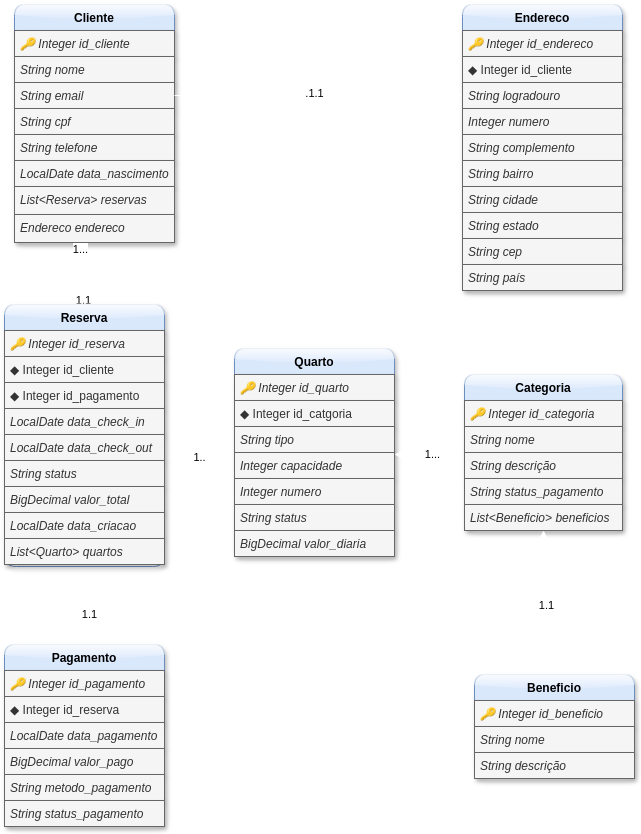
Earlier version of the draw.io export diagramaDeClasses.png (ana-ingrid/HospedagemAPI). Source tidied: cells renumbered, new cells last; positions are measured from the earlier drawing's top-left corner, leaving out a move shared by most shapes.
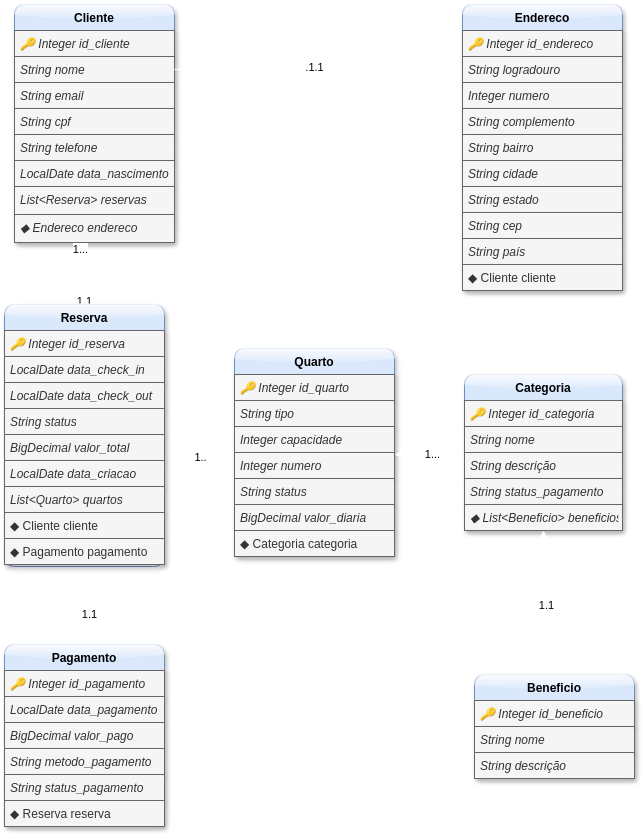
The same file after the commit.

Commit message:
Implementa relacionamento um para um entre Cliente e Endereco

Change to the diagram source:
```diff
@@ -26,7 +26,7 @@
     <mxCell id="9" value="List&lt;Reserva&gt; reservas" style="text;align=left;verticalAlign=top;spacingLeft=4;spacingRight=4;overflow=hidden;fontStyle=2;fillColor=#f5f5f5;fontColor=#333333;strokeColor=#666666;rounded=0;glass=0;shadow=1;" parent="2" vertex="1">
       <mxGeometry y="182" width="160" height="28" as="geometry" />
     </mxCell>
-    <mxCell id="10" value="Endereco endereco" style="text;align=left;verticalAlign=top;spacingLeft=4;spacingRight=4;overflow=hidden;fontStyle=2;fillColor=#f5f5f5;fontColor=#333333;strokeColor=#666666;rounded=0;glass=0;shadow=1;" parent="2" vertex="1">
+    <mxCell id="10" value="◆ Endereco endereco" style="text;align=left;verticalAlign=top;spacingLeft=4;spacingRight=4;overflow=hidden;fontStyle=2;fillColor=#f5f5f5;fontColor=#333333;strokeColor=#666666;rounded=0;glass=0;shadow=1;" parent="2" vertex="1">
       <mxGeometry y="210" width="160" height="28" as="geometry" />
     </mxCell>
     <mxCell id="11" style="edgeStyle=orthogonalEdgeStyle;rounded=0;jettySize=auto;html=1;entryX=0.5;entryY=1;entryDx=0;entryDy=0;strokeColor=light-dark(#FFFFFF,#FFFFFF);" parent="1" edge="1" source="13" target="44">
@@ -41,21 +41,21 @@
     <mxCell id="14" value="🔑 Integer id_pagamento" style="text;align=left;verticalAlign=top;spacingLeft=4;spacingRight=4;overflow=hidden;fillColor=#f5f5f5;fontColor=#333333;strokeColor=#666666;shadow=1;fontStyle=2;" parent="13" vertex="1">
       <mxGeometry y="26" width="160" height="26" as="geometry" />
     </mxCell>
-    <mxCell id="15" value="◆ Integer id_reserva" style="text;align=left;verticalAlign=top;spacingLeft=4;spacingRight=4;overflow=hidden;rounded=0;shadow=1;html=0;fillColor=#f5f5f5;fontColor=#333333;strokeColor=#666666;fontStyle=0;" parent="13" vertex="1">
-      <mxGeometry y="52" width="160" height="26" as="geometry" />
-    </mxCell>
     <mxCell id="16" value="LocalDate data_pagamento" style="text;align=left;verticalAlign=top;spacingLeft=4;spacingRight=4;overflow=hidden;rounded=0;shadow=1;html=0;fillColor=#f5f5f5;fontColor=#333333;strokeColor=#666666;fontStyle=2;" parent="13" vertex="1">
-      <mxGeometry y="78" width="160" height="26" as="geometry" />
+      <mxGeometry y="52" width="160" height="26" as="geometry" />
     </mxCell>
     <mxCell id="17" value="BigDecimal valor_pago" style="text;align=left;verticalAlign=top;spacingLeft=4;spacingRight=4;overflow=hidden;rounded=0;shadow=1;html=0;fillColor=#f5f5f5;fontColor=#333333;strokeColor=#666666;fontStyle=2;" parent="13" vertex="1">
-      <mxGeometry y="104" width="160" height="26" as="geometry" />
+      <mxGeometry y="78" width="160" height="26" as="geometry" />
     </mxCell>
     <mxCell id="18" value="String metodo_pagamento" style="text;align=left;verticalAlign=top;spacingLeft=4;spacingRight=4;overflow=hidden;rounded=0;shadow=1;html=0;fillColor=#f5f5f5;fontColor=#333333;strokeColor=#666666;fontStyle=2;" parent="13" vertex="1">
-      <mxGeometry y="130" width="160" height="26" as="geometry" />
+      <mxGeometry y="104" width="160" height="26" as="geometry" />
     </mxCell>
     <mxCell id="19" value="String status_pagamento" style="text;align=left;verticalAlign=top;spacingLeft=4;spacingRight=4;overflow=hidden;rounded=0;shadow=1;html=0;fillColor=#f5f5f5;fontColor=#333333;strokeColor=#666666;fontStyle=2;" parent="13" vertex="1">
-      <mxGeometry y="156" width="160" height="26" as="geometry" />
+      <mxGeometry y="130" width="160" height="26" as="geometry" />
     </mxCell>
+    <mxCell id="15" value="◆ Reserva reserva" style="text;align=left;verticalAlign=top;spacingLeft=4;spacingRight=4;overflow=hidden;rounded=0;shadow=1;html=0;fillColor=#f5f5f5;fontColor=#333333;strokeColor=#666666;fontStyle=0;" parent="13" vertex="1">
+      <mxGeometry y="156" width="160" height="26" as="geometry" />
+    </mxCell>
     <mxCell id="20" style="edgeStyle=orthogonalEdgeStyle;rounded=0;jettySize=auto;html=1;exitX=0;exitY=0.5;exitDx=0;exitDy=0;strokeColor=light-dark(#FFFFFF,#FFFFFF);" parent="1" edge="1" source="22">
       <mxGeometry relative="1" as="geometry">
         <mxPoint x="160" y="448" as="targetPoint" />
@@ -70,57 +70,57 @@
     <mxCell id="23" value="🔑 Integer id_quarto" style="text;align=left;verticalAlign=top;spacingLeft=4;spacingRight=4;overflow=hidden;fillColor=#f5f5f5;fontColor=#333333;strokeColor=#666666;shadow=1;fontStyle=2;" parent="22" vertex="1">
       <mxGeometry y="26" width="160" height="26" as="geometry" />
     </mxCell>
-    <mxCell id="24" value="◆ Integer id_catgoria" style="text;align=left;verticalAlign=top;spacingLeft=4;spacingRight=4;overflow=hidden;fillColor=#f5f5f5;fontColor=#333333;strokeColor=#666666;shadow=1;fontStyle=0;" parent="22" vertex="1">
-      <mxGeometry y="52" width="160" height="26" as="geometry" />
-    </mxCell>
     <mxCell id="25" value="String tipo" style="text;align=left;verticalAlign=top;spacingLeft=4;spacingRight=4;overflow=hidden;fillColor=#f5f5f5;fontColor=#333333;strokeColor=#666666;shadow=1;fontStyle=2;" parent="22" vertex="1">
-      <mxGeometry y="78" width="160" height="26" as="geometry" />
+      <mxGeometry y="52" width="160" height="26" as="geometry" />
     </mxCell>
     <mxCell id="26" value="Integer capacidade" style="text;align=left;verticalAlign=top;spacingLeft=4;spacingRight=4;overflow=hidden;fillColor=#f5f5f5;fontColor=#333333;strokeColor=#666666;shadow=1;fontStyle=2;" parent="22" vertex="1">
-      <mxGeometry y="104" width="160" height="26" as="geometry" />
+      <mxGeometry y="78" width="160" height="26" as="geometry" />
     </mxCell>
     <mxCell id="27" value="Integer numero" style="text;align=left;verticalAlign=top;spacingLeft=4;spacingRight=4;overflow=hidden;fillColor=#f5f5f5;fontColor=#333333;strokeColor=#666666;shadow=1;fontStyle=2;" parent="22" vertex="1">
-      <mxGeometry y="130" width="160" height="26" as="geometry" />
+      <mxGeometry y="104" width="160" height="26" as="geometry" />
     </mxCell>
     <mxCell id="28" value="String status" style="text;align=left;verticalAlign=top;spacingLeft=4;spacingRight=4;overflow=hidden;fillColor=#f5f5f5;fontColor=#333333;strokeColor=#666666;shadow=1;fontStyle=2;" parent="22" vertex="1">
-      <mxGeometry y="156" width="160" height="26" as="geometry" />
+      <mxGeometry y="130" width="160" height="26" as="geometry" />
     </mxCell>
     <mxCell id="29" value="BigDecimal valor_diaria" style="text;align=left;verticalAlign=top;spacingLeft=4;spacingRight=4;overflow=hidden;fillColor=#f5f5f5;fontColor=#333333;strokeColor=#666666;shadow=1;fontStyle=2;" parent="22" vertex="1">
-      <mxGeometry y="182" width="160" height="26" as="geometry" />
+      <mxGeometry y="156" width="160" height="26" as="geometry" />
     </mxCell>
+    <mxCell id="24" value="◆ Categoria categoria" style="text;align=left;verticalAlign=top;spacingLeft=4;spacingRight=4;overflow=hidden;fillColor=#f5f5f5;fontColor=#333333;strokeColor=#666666;shadow=1;fontStyle=0;" parent="22" vertex="1">
+      <mxGeometry y="182" width="160" height="26" as="geometry" />
+    </mxCell>
     <mxCell id="30" value="Endereco" style="swimlane;fontStyle=1;align=center;verticalAlign=top;horizontal=1;startSize=26;rounded=1;shadow=1;strokeWidth=1;fillColor=#dae8fc;strokeColor=#6c8ebf;glass=1;" parent="1" vertex="1">
       <mxGeometry x="458" width="160" height="286" as="geometry" />
     </mxCell>
     <mxCell id="31" value="🔑 Integer id_endereco" style="text;align=left;verticalAlign=top;spacingLeft=4;spacingRight=4;overflow=hidden;fillColor=#f5f5f5;rounded=0;glass=0;strokeColor=#666666;fontColor=#333333;fontStyle=2;textShadow=0;labelBorderColor=none;labelBackgroundColor=none;shadow=1;" parent="30" vertex="1">
       <mxGeometry y="26" width="160" height="26" as="geometry" />
     </mxCell>
-    <mxCell id="32" value="◆ Integer id_cliente" style="text;align=left;verticalAlign=top;spacingLeft=4;spacingRight=4;overflow=hidden;rounded=0;shadow=1;fillColor=#f5f5f5;glass=0;strokeColor=#666666;fontColor=#333333;fontStyle=0;textShadow=0;labelBorderColor=none;labelBackgroundColor=none;" parent="30" vertex="1">
-      <mxGeometry y="52" width="160" height="26" as="geometry" />
-    </mxCell>
     <mxCell id="33" value="String logradouro" style="text;align=left;verticalAlign=top;spacingLeft=4;spacingRight=4;overflow=hidden;points=[[0,0.5],[1,0.5]];portConstraint=eastwest;rounded=0;shadow=1;fillColor=#f5f5f5;glass=0;strokeColor=#666666;fontColor=#333333;fontStyle=2;textShadow=0;labelBorderColor=none;labelBackgroundColor=none;" parent="30" vertex="1">
-      <mxGeometry y="78" width="160" height="26" as="geometry" />
+      <mxGeometry y="52" width="160" height="26" as="geometry" />
     </mxCell>
     <mxCell id="34" value="Integer numero" style="text;align=left;verticalAlign=top;spacingLeft=4;spacingRight=4;overflow=hidden;rounded=0;shadow=1;fillColor=#f5f5f5;glass=0;strokeColor=#666666;fontColor=#333333;fontStyle=2;textShadow=0;labelBorderColor=none;labelBackgroundColor=none;" parent="30" vertex="1">
-      <mxGeometry y="104" width="160" height="26" as="geometry" />
+      <mxGeometry y="78" width="160" height="26" as="geometry" />
     </mxCell>
     <mxCell id="35" value="String complemento" style="text;align=left;verticalAlign=top;spacingLeft=4;spacingRight=4;overflow=hidden;rounded=0;shadow=1;fillColor=#f5f5f5;glass=0;strokeColor=#666666;fontColor=#333333;fontStyle=2;textShadow=0;labelBorderColor=none;labelBackgroundColor=none;" parent="30" vertex="1">
-      <mxGeometry y="130" width="160" height="26" as="geometry" />
+      <mxGeometry y="104" width="160" height="26" as="geometry" />
     </mxCell>
     <mxCell id="36" value="String bairro" style="text;align=left;verticalAlign=top;spacingLeft=4;spacingRight=4;overflow=hidden;fillColor=#f5f5f5;rounded=0;glass=0;strokeColor=#666666;fontColor=#333333;fontStyle=2;textShadow=0;labelBorderColor=none;labelBackgroundColor=none;shadow=1;" parent="30" vertex="1">
-      <mxGeometry y="156" width="160" height="26" as="geometry" />
+      <mxGeometry y="130" width="160" height="26" as="geometry" />
     </mxCell>
     <mxCell id="37" value="String cidade" style="text;align=left;verticalAlign=top;spacingLeft=4;spacingRight=4;overflow=hidden;fillColor=#f5f5f5;rounded=0;glass=0;strokeColor=#666666;fontColor=#333333;fontStyle=2;textShadow=0;labelBorderColor=none;labelBackgroundColor=none;shadow=1;" parent="30" vertex="1">
-      <mxGeometry y="182" width="160" height="26" as="geometry" />
+      <mxGeometry y="156" width="160" height="26" as="geometry" />
     </mxCell>
     <mxCell id="38" value="String estado" style="text;align=left;verticalAlign=top;spacingLeft=4;spacingRight=4;overflow=hidden;fillColor=#f5f5f5;rounded=0;glass=0;strokeColor=#666666;fontColor=#333333;fontStyle=2;textShadow=0;labelBorderColor=none;labelBackgroundColor=none;shadow=1;" parent="30" vertex="1">
-      <mxGeometry y="208" width="160" height="26" as="geometry" />
+      <mxGeometry y="182" width="160" height="26" as="geometry" />
     </mxCell>
     <mxCell id="39" value="String cep" style="text;align=left;verticalAlign=top;spacingLeft=4;spacingRight=4;overflow=hidden;fillColor=#f5f5f5;rounded=0;glass=0;strokeColor=#666666;fontColor=#333333;fontStyle=2;textShadow=0;labelBorderColor=none;labelBackgroundColor=none;shadow=1;" parent="30" vertex="1">
-      <mxGeometry y="234" width="160" height="26" as="geometry" />
+      <mxGeometry y="208" width="160" height="26" as="geometry" />
     </mxCell>
     <mxCell id="40" value="String país" style="text;align=left;verticalAlign=top;spacingLeft=4;spacingRight=4;overflow=hidden;fillColor=#f5f5f5;rounded=0;glass=0;strokeColor=#666666;fontColor=#333333;fontStyle=2;textShadow=0;labelBorderColor=none;labelBackgroundColor=none;shadow=1;" parent="30" vertex="1">
-      <mxGeometry y="260" width="160" height="26" as="geometry" />
+      <mxGeometry y="234" width="160" height="26" as="geometry" />
     </mxCell>
+    <mxCell id="32" value="◆ Cliente cliente" style="text;align=left;verticalAlign=top;spacingLeft=4;spacingRight=4;overflow=hidden;rounded=0;shadow=1;fillColor=#f5f5f5;glass=0;strokeColor=#666666;fontColor=#333333;fontStyle=0;textShadow=0;labelBorderColor=none;labelBackgroundColor=none;" parent="30" vertex="1">
+      <mxGeometry y="260" width="160" height="26" as="geometry" />
+    </mxCell>
     <mxCell id="41" style="edgeStyle=orthogonalEdgeStyle;rounded=0;jettySize=auto;html=1;strokeColor=light-dark(#FFFFFF,#FFFFFF);" parent="1" edge="1" source="44">
       <mxGeometry relative="1" as="geometry">
         <mxPoint x="80" y="240" as="targetPoint" />
@@ -138,30 +138,30 @@
     <mxCell id="45" value="🔑 Integer id_reserva " style="text;align=left;verticalAlign=top;spacingLeft=4;spacingRight=4;overflow=hidden;rounded=0;fillColor=#f5f5f5;fontColor=#333333;strokeColor=#666666;shadow=1;fontStyle=2;" parent="44" vertex="1">
       <mxGeometry y="26" width="160" height="26" as="geometry" />
     </mxCell>
-    <mxCell id="46" value="◆ Integer id_cliente" style="text;align=left;verticalAlign=top;spacingLeft=4;spacingRight=4;overflow=hidden;rounded=0;shadow=1;html=0;fillColor=#f5f5f5;fontColor=#333333;strokeColor=#666666;fontStyle=0;" parent="44" vertex="1">
-      <mxGeometry y="52" width="160" height="26" as="geometry" />
-    </mxCell>
-    <mxCell id="47" value="◆ Integer id_pagamento" style="text;align=left;verticalAlign=top;spacingLeft=4;spacingRight=4;overflow=hidden;fillColor=#f5f5f5;fontColor=#333333;strokeColor=#666666;shadow=1;fontStyle=0;" parent="44" vertex="1">
-      <mxGeometry y="78" width="160" height="26" as="geometry" />
-    </mxCell>
     <mxCell id="48" value="LocalDate data_check_in" style="text;align=left;verticalAlign=top;spacingLeft=4;spacingRight=4;overflow=hidden;rounded=0;shadow=1;html=0;fillColor=#f5f5f5;fontColor=#333333;strokeColor=#666666;fontStyle=2;" parent="44" vertex="1">
-      <mxGeometry y="104" width="160" height="26" as="geometry" />
+      <mxGeometry y="52" width="160" height="26" as="geometry" />
     </mxCell>
     <mxCell id="49" value="LocalDate data_check_out" style="text;align=left;verticalAlign=top;spacingLeft=4;spacingRight=4;overflow=hidden;rounded=0;shadow=1;html=0;fillColor=#f5f5f5;fontColor=#333333;strokeColor=#666666;fontStyle=2;" parent="44" vertex="1">
-      <mxGeometry y="130" width="160" height="26" as="geometry" />
+      <mxGeometry y="78" width="160" height="26" as="geometry" />
     </mxCell>
     <mxCell id="50" value="String status" style="text;align=left;verticalAlign=top;spacingLeft=4;spacingRight=4;overflow=hidden;fillColor=#f5f5f5;fontColor=#333333;strokeColor=#666666;shadow=1;fontStyle=2;" parent="44" vertex="1">
-      <mxGeometry y="156" width="160" height="26" as="geometry" />
+      <mxGeometry y="104" width="160" height="26" as="geometry" />
     </mxCell>
     <mxCell id="51" value="BigDecimal valor_total" style="text;align=left;verticalAlign=top;spacingLeft=4;spacingRight=4;overflow=hidden;fillColor=#f5f5f5;fontColor=#333333;strokeColor=#666666;shadow=1;fontStyle=2;" parent="44" vertex="1">
-      <mxGeometry y="182" width="160" height="26" as="geometry" />
+      <mxGeometry y="130" width="160" height="26" as="geometry" />
     </mxCell>
     <mxCell id="52" value="LocalDate data_criacao" style="text;align=left;verticalAlign=top;spacingLeft=4;spacingRight=4;overflow=hidden;fillColor=#f5f5f5;fontColor=#333333;strokeColor=#666666;shadow=1;fontStyle=2;" parent="44" vertex="1">
-      <mxGeometry y="208" width="160" height="26" as="geometry" />
+      <mxGeometry y="156" width="160" height="26" as="geometry" />
     </mxCell>
     <mxCell id="53" value="List&lt;Quarto&gt; quartos" style="text;align=left;verticalAlign=top;spacingLeft=4;spacingRight=4;overflow=hidden;fillColor=#f5f5f5;fontColor=#333333;strokeColor=#666666;shadow=1;fontStyle=2;" parent="44" vertex="1">
-      <mxGeometry y="234" width="160" height="26" as="geometry" />
+      <mxGeometry y="182" width="160" height="26" as="geometry" />
     </mxCell>
+    <mxCell id="47" value="◆ Cliente cliente" style="text;align=left;verticalAlign=top;spacingLeft=4;spacingRight=4;overflow=hidden;fillColor=#f5f5f5;fontColor=#333333;strokeColor=#666666;shadow=1;fontStyle=0;" parent="44" vertex="1">
+      <mxGeometry y="208" width="160" height="26" as="geometry" />
+    </mxCell>
+    <mxCell id="46" value="◆ Pagamento pagamento" style="text;align=left;verticalAlign=top;spacingLeft=4;spacingRight=4;overflow=hidden;rounded=0;shadow=1;html=0;fillColor=#f5f5f5;fontColor=#333333;strokeColor=#666666;fontStyle=0;" parent="44" vertex="1">
+      <mxGeometry y="234" width="160" height="26" as="geometry" />
+    </mxCell>
     <mxCell id="54" style="edgeStyle=orthogonalEdgeStyle;rounded=0;jettySize=auto;html=1;strokeColor=light-dark(#FFFFFF,#FFFFFF);" parent="1" edge="1" source="56">
       <mxGeometry relative="1" as="geometry">
         <mxPoint x="390" y="450" as="targetPoint" />
@@ -185,7 +185,7 @@
     <mxCell id="60" value="String status_pagamento" style="text;align=left;verticalAlign=top;spacingLeft=4;spacingRight=4;overflow=hidden;rounded=0;shadow=1;html=0;fillColor=#f5f5f5;fontColor=#333333;strokeColor=#666666;fontStyle=2;textShadow=0;glass=0;" parent="56" vertex="1">
       <mxGeometry y="104" width="158" height="26" as="geometry" />
     </mxCell>
-    <mxCell id="61" value="List&lt;Beneficio&gt; beneficios" style="text;align=left;verticalAlign=top;spacingLeft=4;spacingRight=4;overflow=hidden;rounded=0;shadow=1;html=0;fillColor=#f5f5f5;fontColor=#333333;strokeColor=#666666;fontStyle=2;textShadow=0;glass=0;" parent="56" vertex="1">
+    <mxCell id="61" value="◆ List&lt;Beneficio&gt; beneficios" style="text;align=left;verticalAlign=top;spacingLeft=4;spacingRight=4;overflow=hidden;rounded=0;shadow=1;html=0;fillColor=#f5f5f5;fontColor=#333333;strokeColor=#666666;fontStyle=2;textShadow=0;glass=0;" parent="56" vertex="1">
       <mxGeometry y="130" width="158" height="26" as="geometry" />
     </mxCell>
     <mxCell id="62" style="edgeStyle=orthogonalEdgeStyle;rounded=0;jettySize=auto;html=1;entryX=0.5;entryY=1;entryDx=0;entryDy=0;fillColor=light-dark(#FFFFFF,#FFFFFF);strokeColor=light-dark(#FFFFFF,#FFFFFF);" parent="1" edge="1" target="56">
@@ -213,7 +213,7 @@
     <mxCell id="67" value="String descrição" style="text;align=left;verticalAlign=top;spacingLeft=4;spacingRight=4;overflow=hidden;rounded=0;shadow=1;html=0;glass=0;fillColor=#f5f5f5;fontColor=#333333;strokeColor=#666666;fontStyle=2;textShadow=0;" parent="64" vertex="1">
       <mxGeometry y="78" width="160" height="26" as="geometry" />
     </mxCell>
-    <mxCell id="68" style="edgeStyle=orthogonalEdgeStyle;rounded=0;jettySize=auto;html=1;exitX=1;exitY=0.5;exitDx=0;exitDy=0;entryX=0;entryY=0.5;entryDx=0;entryDy=0;fillColor=#FFFFFF;strokeColor=light-dark(#FFFFFF,#FFFFFF);" parent="1" edge="1" source="5" target="33">
+    <mxCell id="68" style="edgeStyle=orthogonalEdgeStyle;rounded=0;jettySize=auto;html=1;exitX=1;exitY=0.5;exitDx=0;exitDy=0;entryX=0;entryY=0.5;entryDx=0;entryDy=0;fillColor=#FFFFFF;strokeColor=light-dark(#FFFFFF,#FFFFFF);" parent="1" edge="1" source="4" target="33">
       <mxGeometry relative="1" as="geometry" />
     </mxCell>
     <mxCell id="69" value=".1.1" style="edgeLabel;html=1;align=center;verticalAlign=middle;" parent="68" vertex="1">
```
